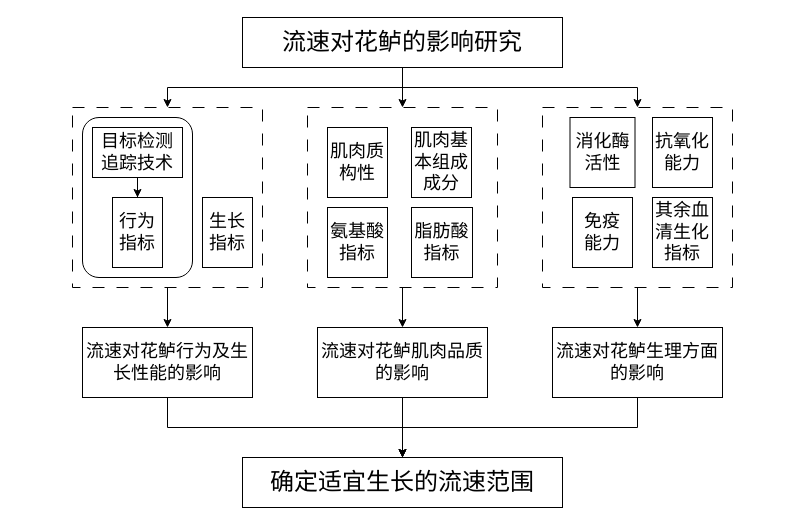
This is 水流对对中华花鲈的影响.drawio from 729973389/picture, a draw.io file, before an edit. Source tidied: cells renumbered, new cells numbered last; positions are measured from the earlier drawing's top-left corner, leaving out a move shared by most shapes. Both pictures are drawn from the tidied source at 100%, with x=0, y=0 at pixel (72, 17).
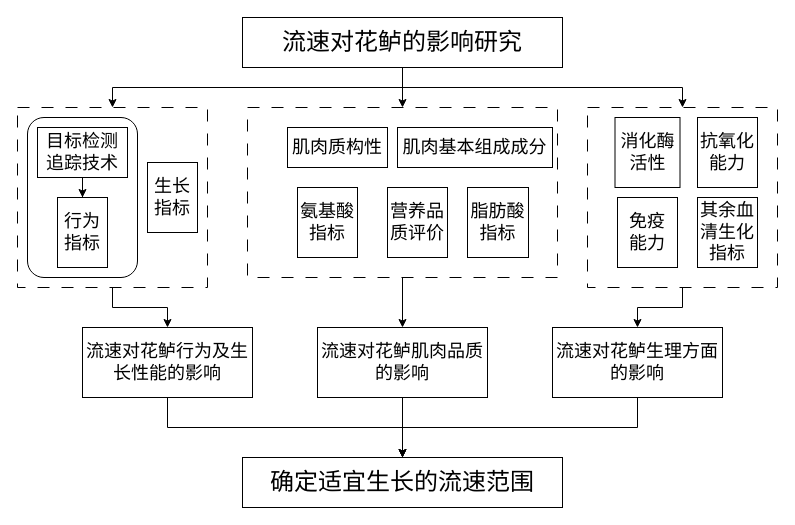
The same page after the edit.

Commit message:
更新水流对对中华花鲈的影响.drawio

Diff of the diagram source:
```diff
@@
     <mxCell id="7" style="rounded=0;whiteSpace=wrap;html=1;fillColor=none;dashed=1;dashPattern=12 12;" parent="1" vertex="1">
-      <mxGeometry y="90" width="190" height="180" as="geometry" />
+      <mxGeometry x="-55" y="90" width="190" height="180" as="geometry" />
     </mxCell>
@@
     <mxCell id="9" value="&lt;font style=&quot;font-size: 18px;&quot; face=&quot;宋体&quot;&gt;目标检测追踪技术&lt;/font&gt;" style="rounded=0;whiteSpace=wrap;html=1;" parent="1" vertex="1">
-      <mxGeometry x="20" y="110" width="90" height="50" as="geometry" />
+      <mxGeometry x="-35" y="110" width="90" height="50" as="geometry" />
     </mxCell>
     <mxCell id="10" value="&lt;font face=&quot;宋体&quot; style=&quot;font-size: 18px;&quot;&gt;生长指标&lt;/font&gt;" style="rounded=0;whiteSpace=wrap;html=1;" parent="1" vertex="1">
-      <mxGeometry x="130" y="180" width="50" height="70" as="geometry" />
+      <mxGeometry x="75" y="145" width="50" height="70" as="geometry" />
     </mxCell>
     <mxCell id="11" value="&lt;font face=&quot;宋体&quot; style=&quot;font-size: 18px;&quot;&gt;行为指标&lt;/font&gt;" style="rounded=0;whiteSpace=wrap;html=1;" parent="1" vertex="1">
-      <mxGeometry x="40" y="180" width="50" height="70" as="geometry" />
+      <mxGeometry x="-15" y="180" width="50" height="70" as="geometry" />
     </mxCell>
     <mxCell id="12" style="rounded=1;whiteSpace=wrap;html=1;fillColor=none;" parent="1" vertex="1">
-      <mxGeometry x="10" y="100" width="110" height="160" as="geometry" />
+      <mxGeometry x="-45" y="100" width="110" height="160" as="geometry" />
     </mxCell>
@@
     <mxCell id="14" style="rounded=0;whiteSpace=wrap;html=1;fillColor=none;dashed=1;dashPattern=12 12;" parent="1" vertex="1">
-      <mxGeometry x="235" y="90" width="190" height="180" as="geometry" />
+      <mxGeometry x="175" y="90" width="310" height="170" as="geometry" />
     </mxCell>
@@
     <mxCell id="16" style="rounded=0;whiteSpace=wrap;html=1;fillColor=none;dashed=1;dashPattern=12 12;" parent="1" vertex="1">
-      <mxGeometry x="470" y="90" width="190" height="180" as="geometry" />
+      <mxGeometry x="515" y="90" width="190" height="180" as="geometry" />
     </mxCell>
     <mxCell id="17" value="&lt;font face=&quot;宋体&quot; style=&quot;font-size: 18px;&quot;&gt;肌肉质构性&lt;/font&gt;" style="rounded=0;whiteSpace=wrap;html=1;" parent="1" vertex="1">
-      <mxGeometry x="255" y="110" width="60" height="70" as="geometry" />
+      <mxGeometry x="215" y="110" width="100" height="40" as="geometry" />
     </mxCell>
     <mxCell id="18" value="&lt;font face=&quot;宋体&quot; style=&quot;font-size: 18px;&quot;&gt;肌肉基本组成成分&lt;/font&gt;" style="rounded=0;whiteSpace=wrap;html=1;" parent="1" vertex="1">
-      <mxGeometry x="339" y="110" width="60" height="70" as="geometry" />
+      <mxGeometry x="325" y="110" width="155" height="40" as="geometry" />
     </mxCell>
     <mxCell id="19" value="&lt;font face=&quot;宋体&quot; style=&quot;font-size: 18px;&quot;&gt;氨基酸指标&lt;/font&gt;" style="rounded=0;whiteSpace=wrap;html=1;" parent="1" vertex="1">
-      <mxGeometry x="255" y="190" width="60" height="70" as="geometry" />
+      <mxGeometry x="225" y="170" width="60" height="70" as="geometry" />
     </mxCell>
     <mxCell id="20" value="&lt;font face=&quot;宋体&quot; style=&quot;font-size: 18px;&quot;&gt;脂肪酸指标&lt;/font&gt;" style="rounded=0;whiteSpace=wrap;html=1;" parent="1" vertex="1">
-      <mxGeometry x="339" y="190" width="61" height="70" as="geometry" />
+      <mxGeometry x="395" y="170" width="61" height="70" as="geometry" />
     </mxCell>
     <mxCell id="21" value="&lt;font face=&quot;宋体&quot; style=&quot;font-size: 18px;&quot;&gt;消化酶活性&lt;/font&gt;" style="rounded=0;whiteSpace=wrap;html=1;" parent="1" vertex="1">
-      <mxGeometry x="497.5" y="100" width="65" height="70" as="geometry" />
+      <mxGeometry x="542.5" y="100" width="65" height="70" as="geometry" />
     </mxCell>
     <mxCell id="22" value="&lt;font face=&quot;宋体&quot; style=&quot;font-size: 18px;&quot;&gt;抗氧化能力&lt;/font&gt;" style="rounded=0;whiteSpace=wrap;html=1;" parent="1" vertex="1">
-      <mxGeometry x="580" y="100" width="60" height="70" as="geometry" />
+      <mxGeometry x="625" y="100" width="60" height="70" as="geometry" />
     </mxCell>
     <mxCell id="23" value="&lt;font face=&quot;宋体&quot; style=&quot;font-size: 18px;&quot;&gt;免疫&lt;br&gt;能力&lt;/font&gt;" style="rounded=0;whiteSpace=wrap;html=1;" parent="1" vertex="1">
-      <mxGeometry x="500" y="180" width="60" height="70" as="geometry" />
+      <mxGeometry x="545" y="180" width="60" height="70" as="geometry" />
     </mxCell>
     <mxCell id="24" value="&lt;font face=&quot;宋体&quot; style=&quot;font-size: 18px;&quot;&gt;其余血清生化指标&lt;/font&gt;" style="rounded=0;whiteSpace=wrap;html=1;" parent="1" vertex="1">
-      <mxGeometry x="580" y="180" width="60" height="70" as="geometry" />
+      <mxGeometry x="625" y="180" width="60" height="70" as="geometry" />
     </mxCell>
@@
+    <mxCell id="32" value="&lt;font face=&quot;宋体&quot; style=&quot;font-size: 18px;&quot;&gt;营养品质评价&lt;/font&gt;" style="rounded=0;whiteSpace=wrap;html=1;" parent="1" vertex="1">
+      <mxGeometry x="315" y="170" width="60" height="70" as="geometry" />
+    </mxCell>
```
